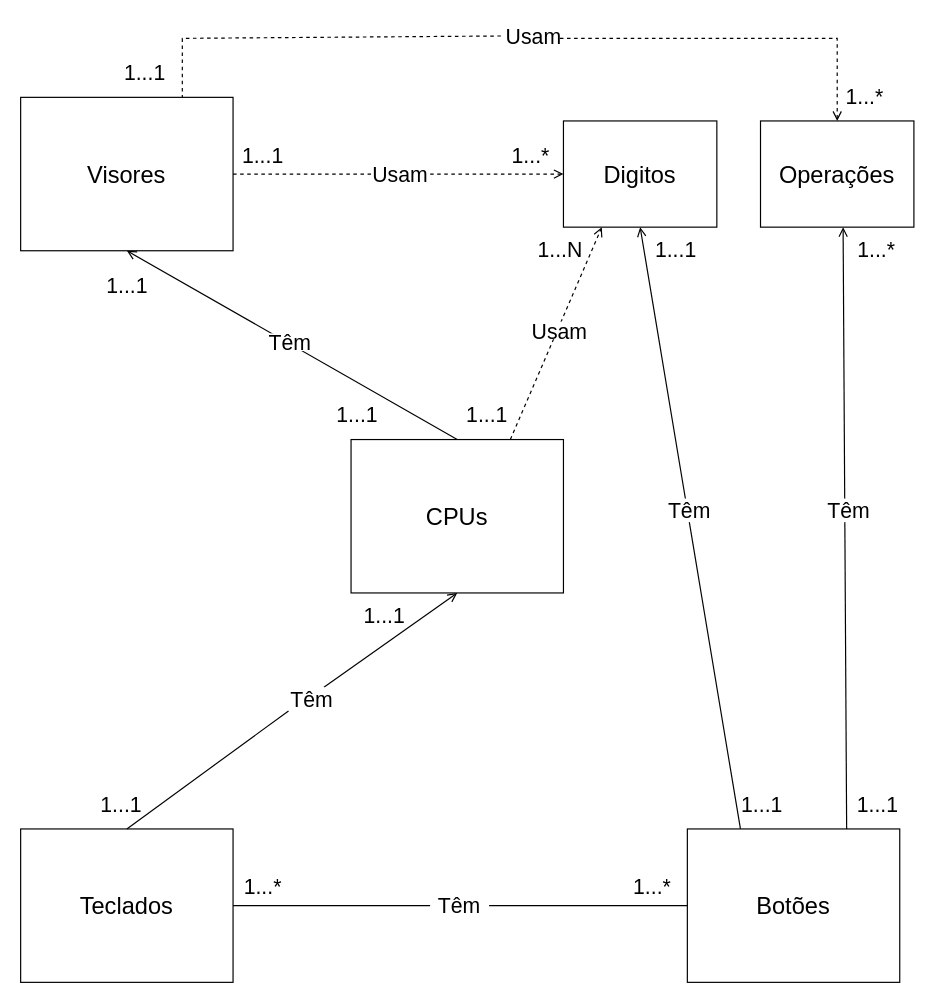
Before: Calculator.drawio in RenanGAS/Calculator, a draw.io diagram. Source tidied: cells renumbered, new cells numbered last; positions are measured from the earlier drawing's top-left corner, leaving out a move shared by most shapes. Both pictures are drawn from the tidied source at 118%, with x=0, y=0 at pixel (20, 26).
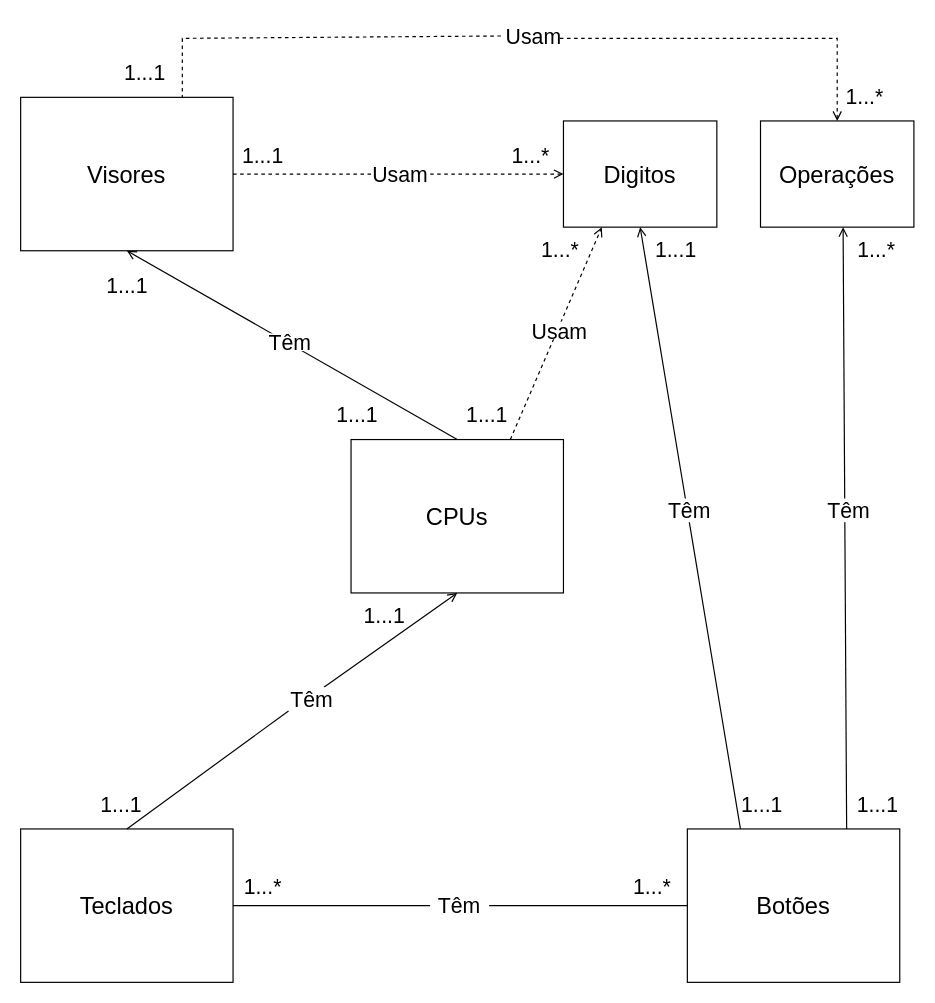
The same diagram, later.

Diff of the diagram source:
```diff
@@
-    <mxCell id="30" value="&lt;font style=&quot;font-size: 18px&quot;&gt;1...N&lt;/font&gt;" style="text;html=1;strokeColor=none;fillColor=none;align=center;verticalAlign=middle;whiteSpace=wrap;rounded=0;fontSize=18;" parent="1" vertex="1">
+    <mxCell id="30" value="&lt;font style=&quot;font-size: 18px&quot;&gt;1...*&lt;/font&gt;" style="text;html=1;strokeColor=none;fillColor=none;align=center;verticalAlign=middle;whiteSpace=wrap;rounded=0;fontSize=18;" parent="1" vertex="1">
       <mxGeometry x="438.5" y="180" width="37" height="20" as="geometry" />
     </mxCell>
```
